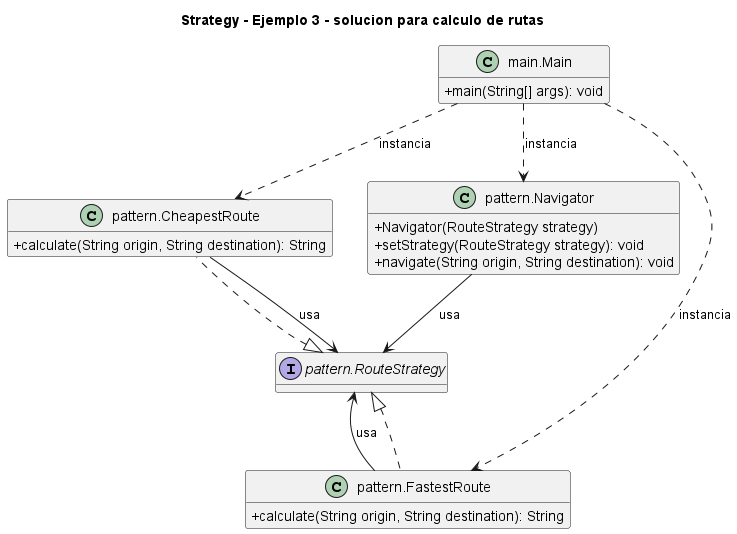
Above: 3. Comportamentales/Strategy/Ejemplo 3 - solucion para calculo de rutas/UML.png in NicoCG32/Patrones-de-Software-y-Programacion-UCN (PlantUML), before the change.
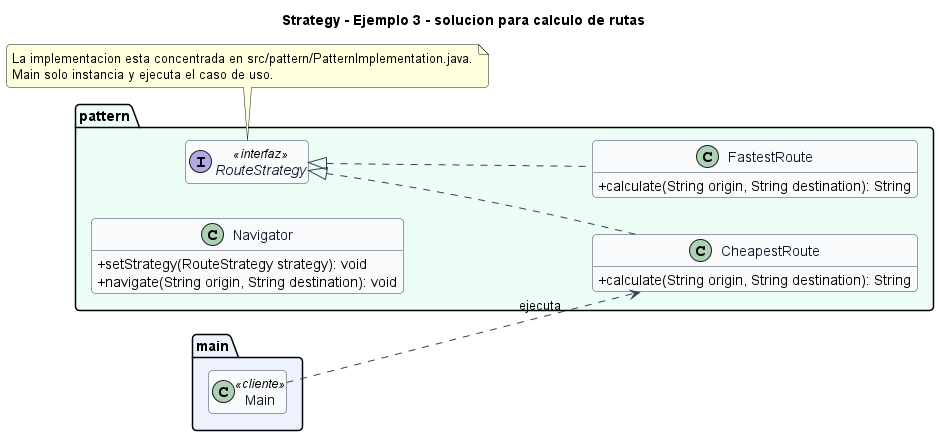
After the commit.

Diff of the diagram source:
```diff
@@ -1,29 +1,43 @@
 @startuml
 title Strategy - Ejemplo 3 - solucion para calculo de rutas
+left to right direction
+skinparam backgroundColor #FFFFFF
+skinparam shadowing false
+skinparam roundcorner 8
 skinparam classAttributeIconSize 0
-hide empty fields
-class "main.Main" as main_Main {
-  +main(String[] args): void
+skinparam class {
+  BackgroundColor #F8FAFC
+  BorderColor #334155
+  ArrowColor #334155
+  FontColor #0F172A
 }
-class "pattern.CheapestRoute" as pattern_CheapestRoute {
-  +calculate(String origin, String destination): String
+hide empty members
+
+package "main" #EEF2FF {
+  class Main <<cliente>>
 }
-class "pattern.FastestRoute" as pattern_FastestRoute {
-  +calculate(String origin, String destination): String
+
+package "pattern" #ECFDF5 {
+  class CheapestRoute {
+    +calculate(String origin, String destination): String
+  }
+  class FastestRoute {
+    +calculate(String origin, String destination): String
+  }
+  class Navigator {
+    +setStrategy(RouteStrategy strategy): void
+    +navigate(String origin, String destination): void
+  }
+  interface RouteStrategy <<interfaz>> {
+  }
 }
-class "pattern.Navigator" as pattern_Navigator {
-  +Navigator(RouteStrategy strategy)
-  +setStrategy(RouteStrategy strategy): void
-  +navigate(String origin, String destination): void
-}
-interface "pattern.RouteStrategy" as pattern_RouteStrategy {
-}
-pattern_RouteStrategy <|.. pattern_CheapestRoute
-pattern_RouteStrategy <|.. pattern_FastestRoute
-main_Main ..> pattern_CheapestRoute : instancia
-main_Main ..> pattern_FastestRoute : instancia
-main_Main ..> pattern_Navigator : instancia
-pattern_CheapestRoute --> pattern_RouteStrategy : usa
-pattern_FastestRoute --> pattern_RouteStrategy : usa
-pattern_Navigator --> pattern_RouteStrategy : usa
+
+RouteStrategy <|.. CheapestRoute
+RouteStrategy <|.. FastestRoute
+Main ..> CheapestRoute : ejecuta
+
+note bottom
+La implementacion esta concentrada en src/pattern/PatternImplementation.java.
+Main solo instancia y ejecuta el caso de uso.
+end note
 @enduml
```
